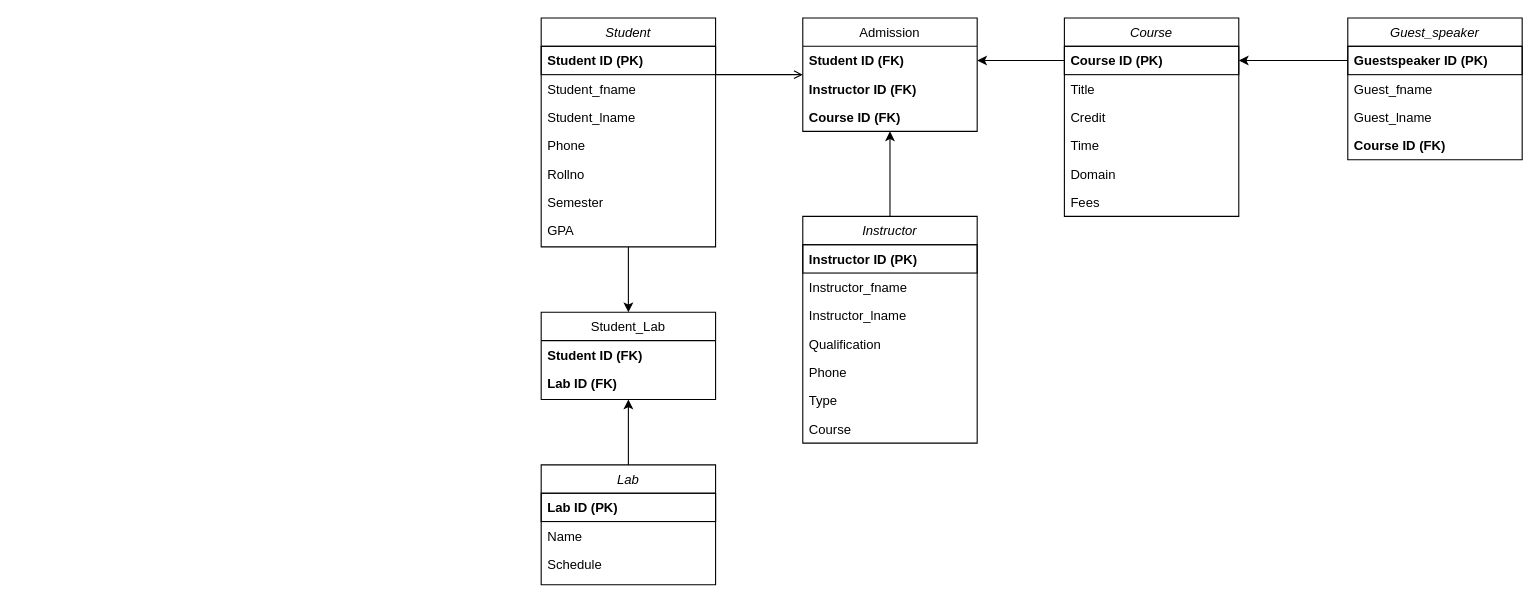
Earlier version of the draw.io diagram Untitled Diagram.drawio (sujalthakuri/h). Source tidied: cells renumbered, new cells numbered last; positions are measured from the earlier drawing's top-left corner, leaving out a move shared by most shapes. Both pictures are drawn from the tidied source at 109%, with x=0, y=0 at pixel (541, 17).
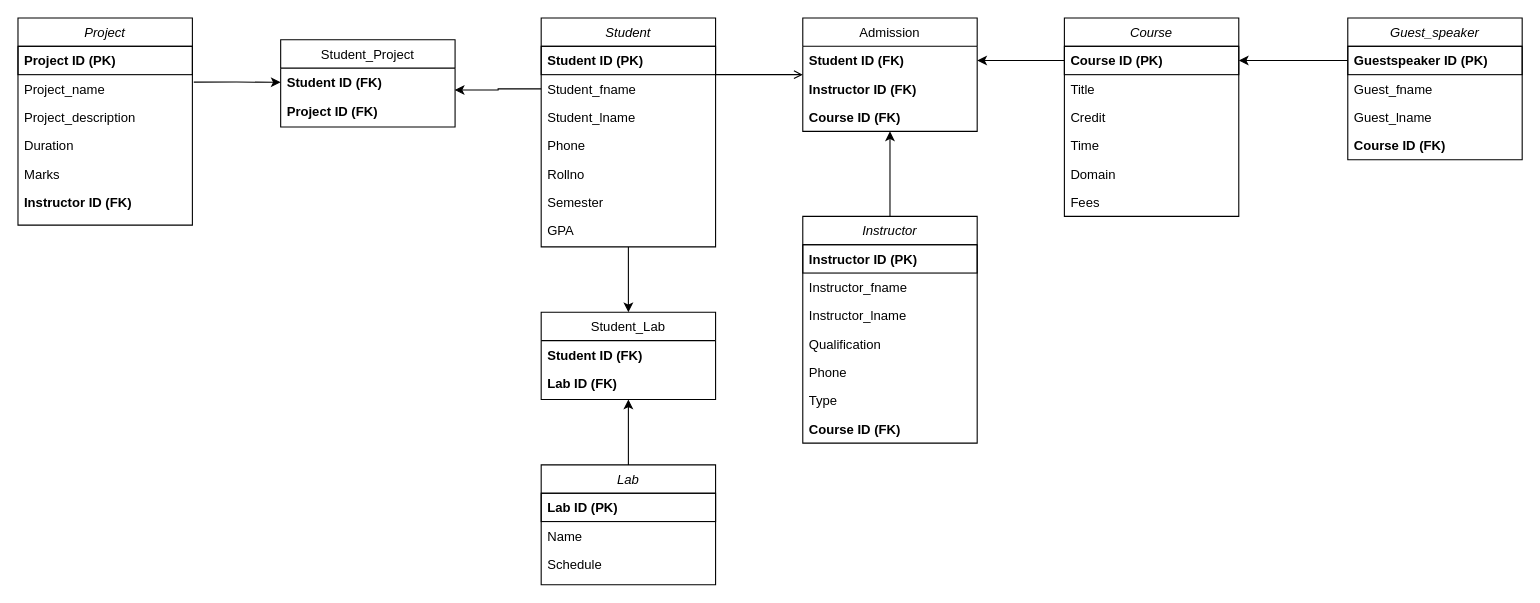
The same page after the edit.

Commit message:
Boxes and Relation Complete.drawio

The change refers to these unchanged cells:
```xml
<mxCell id="5" value="Student_fname" style="text;align=left;verticalAlign=top;spacingLeft=4;spacingRight=4;overflow=hidden;points=[[0,0.5],[1,0.5]];portConstraint=eastwest;rounded=0;shadow=0;html=0;" parent="3" vertex="1">
  <mxGeometry y="52" width="160" height="26" as="geometry" />
</mxCell>
<mxCell id="17" value="Instructor" style="swimlane;fontStyle=2;align=center;verticalAlign=top;horizontal=1;startSize=26;rounded=0;shadow=0;strokeWidth=1;" parent="1" vertex="1">
  <mxGeometry x="240" y="182" width="160" height="208" as="geometry" />
</mxCell>
```

The edit, as a diff of the source:
```diff
@@
-    <mxCell id="24" value="Course" style="text;align=left;verticalAlign=top;spacingLeft=4;spacingRight=4;overflow=hidden;rounded=0;shadow=0;html=0;" parent="17" vertex="1">
+    <mxCell id="24" value="Course ID (FK)" style="text;align=left;verticalAlign=top;spacingLeft=4;spacingRight=4;overflow=hidden;rounded=0;shadow=0;html=0;fontStyle=1;" parent="17" vertex="1">
       <mxGeometry y="182" width="160" height="26" as="geometry" />
     </mxCell>
@@
+    <mxCell id="47" value="Student_Project" style="swimlane;fontStyle=0;align=center;verticalAlign=top;horizontal=1;startSize=26;rounded=0;shadow=0;strokeWidth=1;" parent="1" vertex="1">
+      <mxGeometry x="-239" y="20" width="160" height="80" as="geometry" />
+    </mxCell>
+    <mxCell id="48" value="Student ID (FK)" style="text;align=left;verticalAlign=top;spacingLeft=4;spacingRight=4;overflow=hidden;points=[[0,0.5],[1,0.5]];portConstraint=eastwest;fontStyle=1;" parent="47" vertex="1">
+      <mxGeometry y="26" width="160" height="26" as="geometry" />
+    </mxCell>
+    <mxCell id="49" value="Project ID (FK)" style="text;align=left;verticalAlign=top;spacingLeft=4;spacingRight=4;overflow=hidden;rounded=0;shadow=0;html=0;fontStyle=1;" parent="47" vertex="1">
+      <mxGeometry y="52" width="160" height="26" as="geometry" />
+    </mxCell>
+    <mxCell id="50" value="Project" style="swimlane;fontStyle=2;align=center;verticalAlign=top;horizontal=1;startSize=26;rounded=0;shadow=0;strokeWidth=1;" parent="1" vertex="1">
+      <mxGeometry x="-480" width="160" height="190" as="geometry" />
+    </mxCell>
+    <mxCell id="51" value="Project ID (PK)" style="text;align=left;verticalAlign=top;spacingLeft=4;spacingRight=4;overflow=hidden;fontStyle=1;strokeColor=default;" parent="50" vertex="1">
+      <mxGeometry y="26" width="160" height="26" as="geometry" />
+    </mxCell>
+    <mxCell id="52" value="Project_name" style="text;align=left;verticalAlign=top;spacingLeft=4;spacingRight=4;overflow=hidden;points=[[0,0.5],[1,0.5]];portConstraint=eastwest;rounded=0;shadow=0;html=0;" parent="50" vertex="1">
+      <mxGeometry y="52" width="160" height="26" as="geometry" />
+    </mxCell>
+    <mxCell id="53" value="Project_description" style="text;align=left;verticalAlign=top;spacingLeft=4;spacingRight=4;overflow=hidden;rounded=0;shadow=0;html=0;" parent="50" vertex="1">
+      <mxGeometry y="78" width="160" height="26" as="geometry" />
+    </mxCell>
+    <mxCell id="54" value="Duration" style="text;align=left;verticalAlign=top;spacingLeft=4;spacingRight=4;overflow=hidden;rounded=0;shadow=0;html=0;" parent="50" vertex="1">
+      <mxGeometry y="104" width="160" height="26" as="geometry" />
+    </mxCell>
+    <mxCell id="55" value="Marks" style="text;align=left;verticalAlign=top;spacingLeft=4;spacingRight=4;overflow=hidden;rounded=0;shadow=0;html=0;" parent="50" vertex="1">
+      <mxGeometry y="130" width="160" height="26" as="geometry" />
+    </mxCell>
+    <mxCell id="56" value="Instructor ID (FK)" style="text;align=left;verticalAlign=top;spacingLeft=4;spacingRight=4;overflow=hidden;rounded=0;shadow=0;html=0;fontStyle=1;" parent="50" vertex="1">
+      <mxGeometry y="156" width="160" height="26" as="geometry" />
+    </mxCell>
+    <mxCell id="57" style="edgeStyle=orthogonalEdgeStyle;rounded=0;jettySize=auto;html=1;exitX=1.008;exitY=0.263;exitDx=0;exitDy=0;entryX=0;entryY=0.5;entryDx=0;entryDy=0;exitPerimeter=0;" parent="1" edge="1" source="52" target="48">
+      <mxGeometry relative="1" as="geometry" />
+    </mxCell>
+    <mxCell id="58" style="edgeStyle=orthogonalEdgeStyle;rounded=0;jettySize=auto;html=1;exitX=0;exitY=0.5;exitDx=0;exitDy=0;entryX=0.998;entryY=0.774;entryDx=0;entryDy=0;entryPerimeter=0;" parent="1" edge="1" source="5" target="48">
+      <mxGeometry relative="1" as="geometry" />
+    </mxCell>
```
